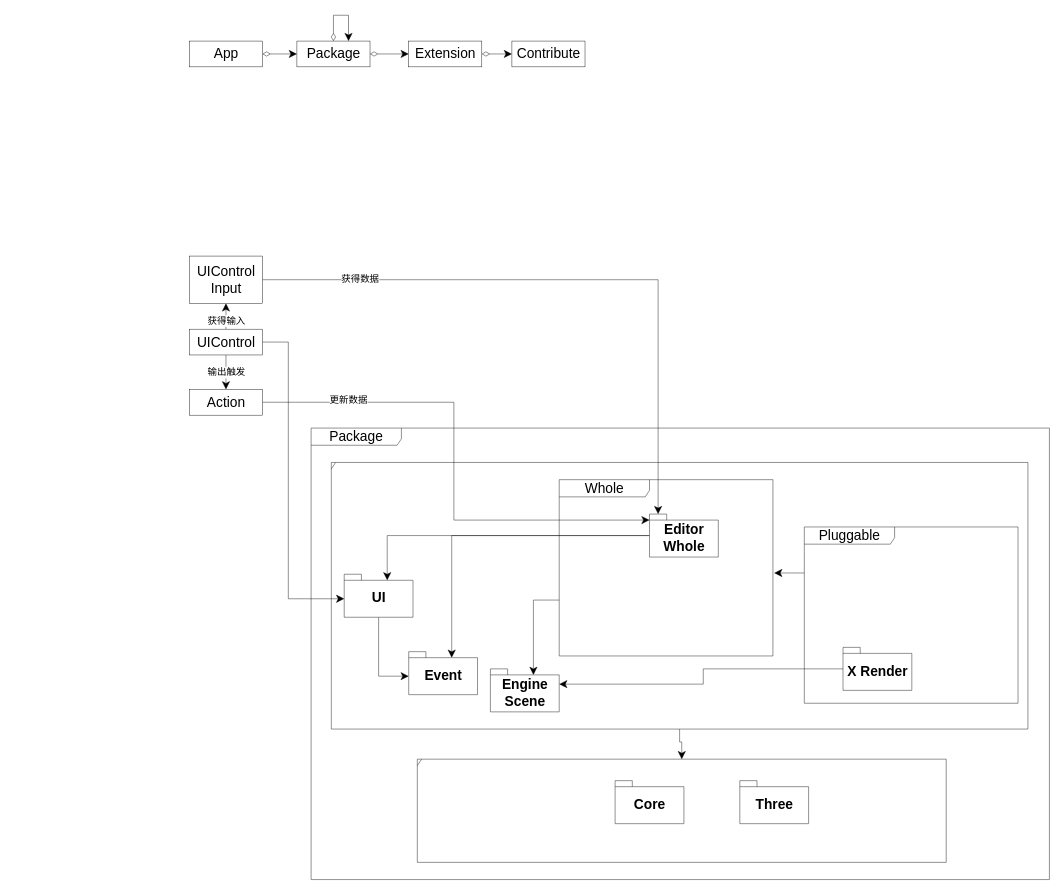
Meta3D-Technology/Meta3D keeps this draw.io diagram as doc/新架构设计.drawio. Above is the earlier version. Source tidied: cells renumbered, new cells numbered last; positions are measured from the earlier drawing's top-left corner, leaving out a move shared by most shapes. Both pictures are drawn from the tidied source at 43%, with x=0, y=0 at pixel (189, 15).
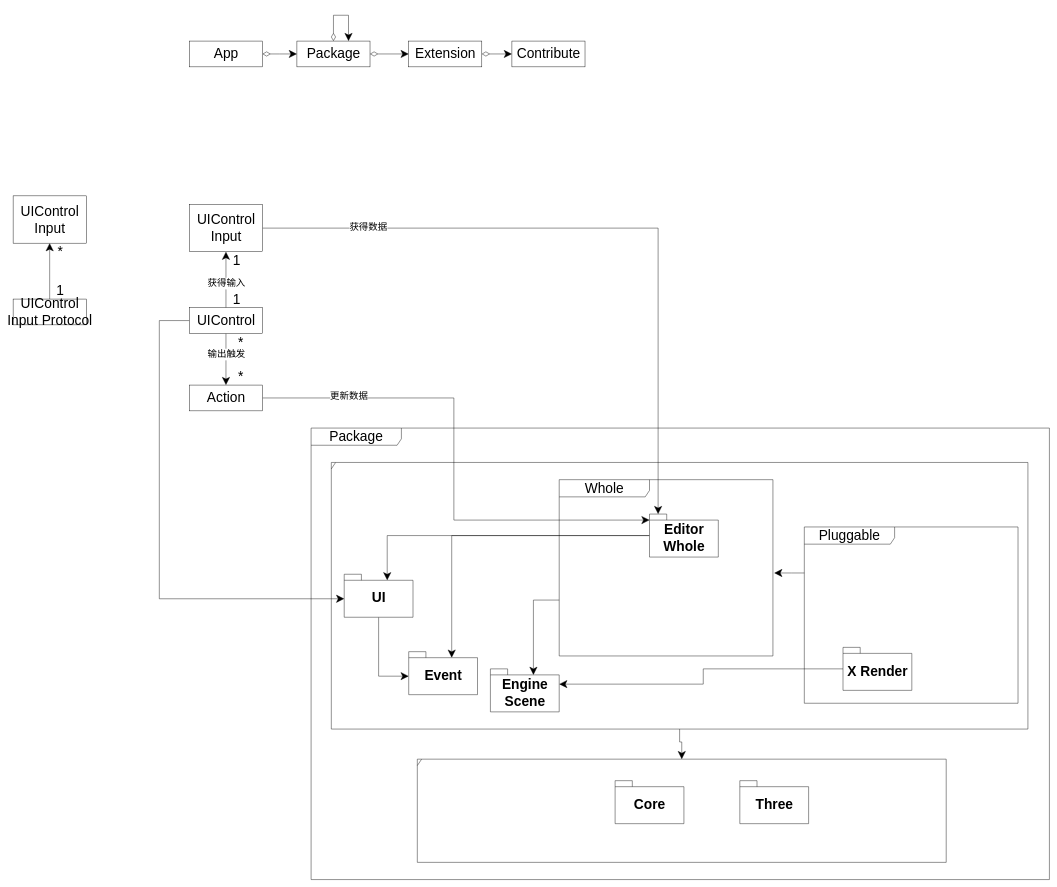
The same diagram, later.

Unchanged cells that the change refers to:
```xml
<mxCell id="30" value="UI" style="shape=folder;fontStyle=1;spacingTop=10;tabWidth=40;tabHeight=14;tabPosition=left;html=1;fontSize=32;" parent="1" vertex="1">
  <mxGeometry x="360" y="1300" width="160" height="100" as="geometry" />
</mxCell>
```

Change to the diagram source:
```diff
@@
     <mxCell id="19" value="Action" style="html=1;fontSize=32;" parent="1" vertex="1">
-      <mxGeometry y="870" width="170" height="60" as="geometry" />
+      <mxGeometry y="860" width="170" height="60" as="geometry" />
     </mxCell>
@@
     <mxCell id="24" style="edgeStyle=orthogonalEdgeStyle;rounded=0;jettySize=auto;html=1;entryX=0;entryY=0;entryDx=0;entryDy=57;entryPerimeter=0;startSize=16;endSize=16;" parent="1" edge="1" source="25" target="30">
       <mxGeometry relative="1" as="geometry">
         <Array as="points">
-          <mxPoint x="230" y="760" />
-          <mxPoint x="230" y="1357" />
+          <mxPoint x="-70" y="710" />
+          <mxPoint x="-70" y="1357" />
         </Array>
       </mxGeometry>
     </mxCell>
     <mxCell id="25" value="UIControl" style="html=1;fontSize=32;" parent="1" vertex="1">
-      <mxGeometry y="730" width="170" height="60" as="geometry" />
+      <mxGeometry y="680" width="170" height="60" as="geometry" />
     </mxCell>
@@
     <mxCell id="28" value="UIControl&lt;br&gt;Input" style="html=1;fontSize=32;" parent="1" vertex="1">
-      <mxGeometry y="560" width="170" height="110" as="geometry" />
+      <mxGeometry y="440" width="170" height="110" as="geometry" />
     </mxCell>
@@
+    <mxCell id="41" value="&lt;font style=&quot;font-size: 32px&quot;&gt;1&lt;/font&gt;" style="text;html=1;strokeColor=none;fillColor=none;align=center;verticalAlign=middle;whiteSpace=wrap;rounded=0;" parent="1" vertex="1">
+      <mxGeometry x="90" y="650" width="40" height="20" as="geometry" />
+    </mxCell>
+    <mxCell id="42" value="&lt;font style=&quot;font-size: 32px&quot;&gt;1&lt;/font&gt;" style="text;html=1;strokeColor=none;fillColor=none;align=center;verticalAlign=middle;whiteSpace=wrap;rounded=0;" parent="1" vertex="1">
+      <mxGeometry x="90" y="560" width="40" height="20" as="geometry" />
+    </mxCell>
+    <mxCell id="43" value="&lt;font style=&quot;font-size: 32px&quot;&gt;*&lt;/font&gt;" style="text;html=1;strokeColor=none;fillColor=none;align=center;verticalAlign=middle;whiteSpace=wrap;rounded=0;" parent="1" vertex="1">
+      <mxGeometry x="100" y="750" width="40" height="20" as="geometry" />
+    </mxCell>
+    <mxCell id="44" value="&lt;font style=&quot;font-size: 32px&quot;&gt;*&lt;/font&gt;" style="text;html=1;strokeColor=none;fillColor=none;align=center;verticalAlign=middle;whiteSpace=wrap;rounded=0;" parent="1" vertex="1">
+      <mxGeometry x="100" y="830" width="40" height="20" as="geometry" />
+    </mxCell>
+    <mxCell id="45" style="edgeStyle=orthogonalEdgeStyle;rounded=0;jettySize=auto;html=1;startSize=16;endSize=16;" parent="1" edge="1" source="46" target="47">
+      <mxGeometry relative="1" as="geometry" />
+    </mxCell>
+    <mxCell id="46" value="UIControl&lt;br&gt;Input Protocol" style="html=1;fontSize=32;" parent="1" vertex="1">
+      <mxGeometry x="-410" y="660" width="170" height="60" as="geometry" />
+    </mxCell>
+    <mxCell id="47" value="UIControl&lt;br&gt;Input" style="html=1;fontSize=32;" parent="1" vertex="1">
+      <mxGeometry x="-410" y="420" width="170" height="110" as="geometry" />
+    </mxCell>
+    <mxCell id="48" value="&lt;font style=&quot;font-size: 32px&quot;&gt;1&lt;/font&gt;" style="text;html=1;strokeColor=none;fillColor=none;align=center;verticalAlign=middle;whiteSpace=wrap;rounded=0;" parent="1" vertex="1">
+      <mxGeometry x="-320" y="630" width="40" height="20" as="geometry" />
+    </mxCell>
+    <mxCell id="49" value="&lt;font style=&quot;font-size: 32px&quot;&gt;*&lt;/font&gt;" style="text;html=1;strokeColor=none;fillColor=none;align=center;verticalAlign=middle;whiteSpace=wrap;rounded=0;" parent="1" vertex="1">
+      <mxGeometry x="-320" y="540" width="40" height="20" as="geometry" />
+    </mxCell>
```
